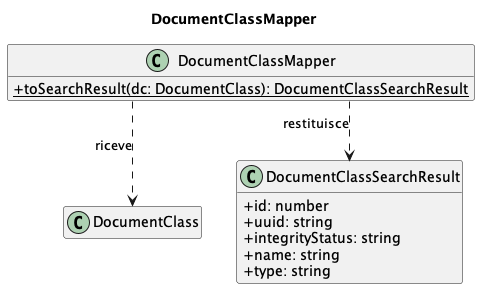
Above: out/3_PB/DocumentiEsterni/DiagrammiSpecificaTecnica/C4/C4_backend_Search/C4_backend_Search-12.png in 7-ZPUs/Docs (PlantUML), before the change.
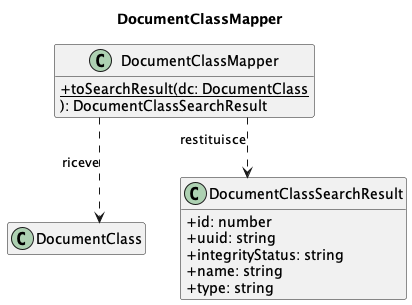
The same file after the commit.

Commit message:
Corretti diagrammi search

Diff of the diagram source:
```diff
@@ -6,7 +6,8 @@
 hide empty members
 
 class DocumentClassMapper {
-    + {static} toSearchResult(dc: DocumentClass): DocumentClassSearchResult
+    + {static} toSearchResult(dc: DocumentClass
+    ): DocumentClassSearchResult
 }
 class DocumentClass
 class DocumentClassSearchResult {
```
